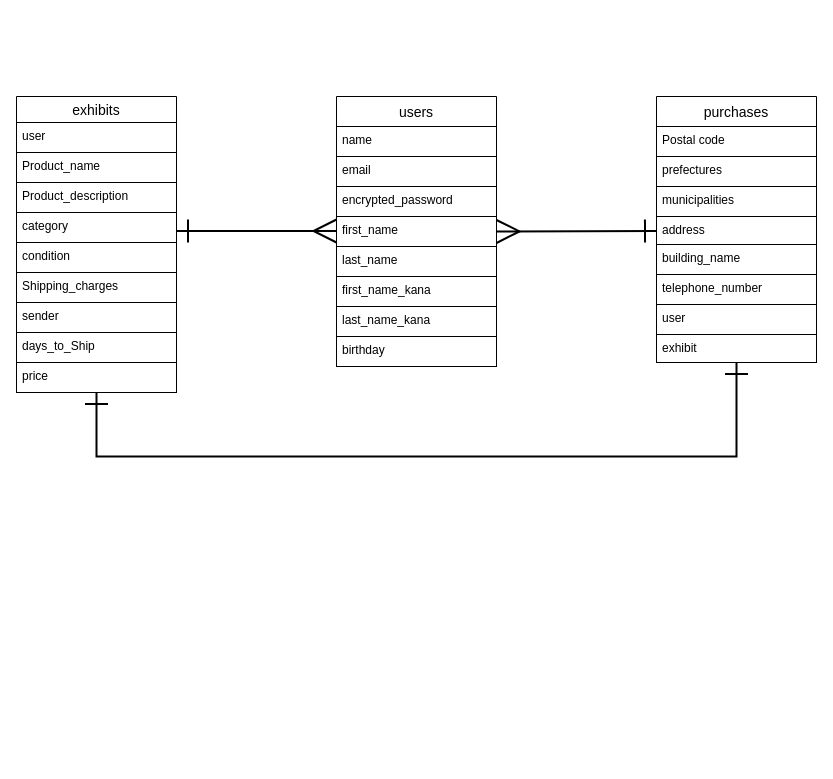
Earlier version of the draw.io diagram ER図.dio (shotatuchiya/furima-38811). Source tidied: cells renumbered, new cells numbered last; positions are measured from the earlier drawing's top-left corner, leaving out a move shared by most shapes. Both pictures are drawn from the tidied source at 100%, with x=0, y=0 at pixel (16, 96).
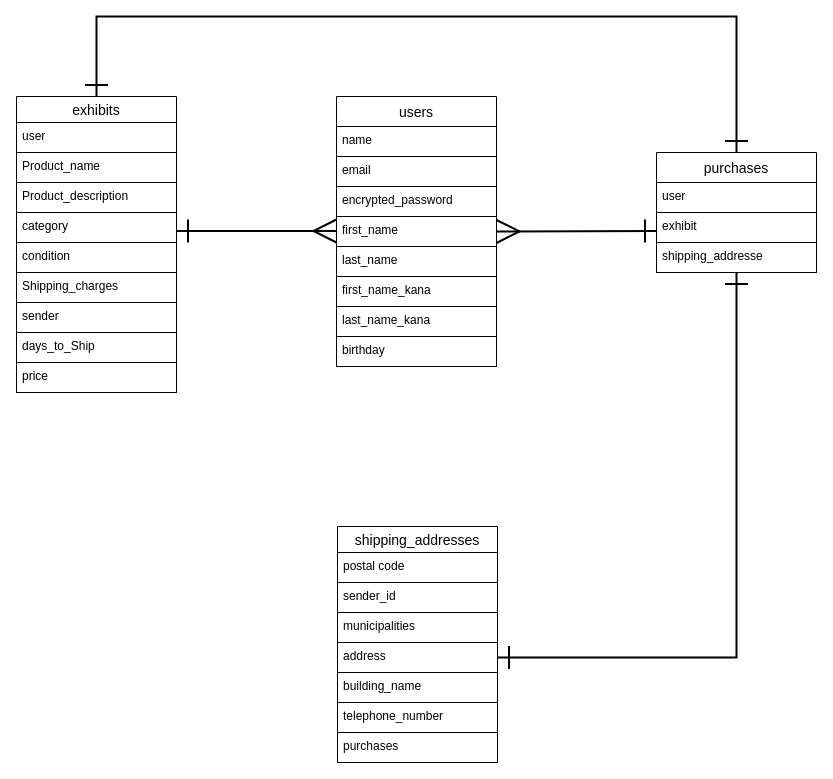
The same page after the edit.

Unchanged cells that the change refers to:
```xml
<mxCell id="6" value="exhibits" style="swimlane;fontStyle=0;horizontal=1;startSize=26;align=center;fontSize=14;" parent="1" vertex="1">
  <mxGeometry width="160" height="116" as="geometry" />
</mxCell>
<mxCell id="29" value="price" style="text;strokeColor=default;fillColor=none;spacingLeft=4;spacingRight=4;overflow=hidden;points=[[0,0.5],[1,0.5]];portConstraint=eastwest;fontSize=12;shadow=0;" parent="1" vertex="1">
  <mxGeometry y="266" width="160" height="30" as="geometry" />
</mxCell>
```

Change to the diagram source:
```diff
@@
     <mxCell id="10" value="purchases" style="swimlane;fontStyle=0;horizontal=1;startSize=30;align=center;fontSize=14;strokeWidth=1;perimeterSpacing=0;" parent="1" vertex="1">
-      <mxGeometry x="640" width="160" height="120" as="geometry" />
+      <mxGeometry x="640" y="56" width="160" height="120" as="geometry" />
     </mxCell>
-    <mxCell id="11" value="Postal code" style="text;strokeColor=default;fillColor=none;spacingLeft=4;spacingRight=4;overflow=hidden;fontSize=12;strokeWidth=1;perimeterSpacing=0;" parent="10" vertex="1">
+    <mxCell id="11" value="user" style="text;strokeColor=default;fillColor=none;spacingLeft=4;spacingRight=4;overflow=hidden;fontSize=12;strokeWidth=1;perimeterSpacing=0;" parent="10" vertex="1">
       <mxGeometry y="30" width="160" height="30" as="geometry" />
     </mxCell>
-    <mxCell id="12" value="prefectures" style="text;strokeColor=default;fillColor=none;spacingLeft=4;spacingRight=4;overflow=hidden;fontSize=12;strokeWidth=1;perimeterSpacing=0;" parent="10" vertex="1">
+    <mxCell id="12" value="exhibit" style="text;strokeColor=default;fillColor=none;spacingLeft=4;spacingRight=4;overflow=hidden;fontSize=12;strokeWidth=1;perimeterSpacing=0;" parent="10" vertex="1">
       <mxGeometry y="60" width="160" height="30" as="geometry" />
     </mxCell>
-    <mxCell id="13" value="municipalities" style="text;strokeColor=default;fillColor=none;spacingLeft=4;spacingRight=4;overflow=hidden;points=[[0,0.5],[1,0.5]];portConstraint=eastwest;fontSize=12;strokeWidth=1;perimeterSpacing=0;" parent="10" vertex="1">
+    <mxCell id="13" value="shipping_addresse" style="text;strokeColor=default;fillColor=none;spacingLeft=4;spacingRight=4;overflow=hidden;points=[[0,0.5],[1,0.5]];portConstraint=eastwest;fontSize=12;strokeWidth=1;perimeterSpacing=0;" parent="10" vertex="1">
       <mxGeometry y="90" width="160" height="30" as="geometry" />
     </mxCell>
@@
-    <mxCell id="19" value="address" style="text;strokeColor=default;fillColor=none;spacingLeft=4;spacingRight=4;overflow=hidden;points=[[0,0.5],[1,0.5]];portConstraint=eastwest;fontSize=12;shadow=0;strokeWidth=1;perimeterSpacing=0;" parent="1" vertex="1">
-      <mxGeometry x="640" y="120" width="160" height="28" as="geometry" />
-    </mxCell>
-    <mxCell id="20" value="building_name" style="text;strokeColor=default;fillColor=none;spacingLeft=4;spacingRight=4;overflow=hidden;fontSize=12;shadow=0;strokeWidth=1;perimeterSpacing=0;" parent="1" vertex="1">
-      <mxGeometry x="640" y="148" width="160" height="30" as="geometry" />
-    </mxCell>
-    <mxCell id="21" value="telephone_number" style="text;strokeColor=default;fillColor=none;spacingLeft=4;spacingRight=4;overflow=hidden;fontSize=12;shadow=0;strokeWidth=1;perimeterSpacing=0;" parent="1" vertex="1">
-      <mxGeometry x="640" y="178" width="160" height="30" as="geometry" />
-    </mxCell>
-    <mxCell id="22" value="user" style="text;strokeColor=default;fillColor=none;spacingLeft=4;spacingRight=4;overflow=hidden;fontSize=12;shadow=0;strokeWidth=1;perimeterSpacing=0;" parent="1" vertex="1">
-      <mxGeometry x="640" y="208" width="160" height="30" as="geometry" />
-    </mxCell>
-    <mxCell id="23" value="exhibit" style="text;strokeColor=default;fillColor=none;spacingLeft=4;spacingRight=4;overflow=hidden;points=[[0,0.5],[1,0.5]];portConstraint=eastwest;fontSize=12;shadow=0;strokeWidth=1;perimeterSpacing=0;" parent="1" vertex="1">
-      <mxGeometry x="640" y="238" width="160" height="28" as="geometry" />
-    </mxCell>
@@
-    <mxCell id="32" style="endArrow=ERone;html=1;rounded=0;startSize=20;endSize=20;targetPerimeterSpacing=0;strokeWidth=2;jumpSize=6;startArrow=ERone;startFill=0;endFill=0;" parent="1" edge="1" source="29" target="23">
+    <mxCell id="32" style="endArrow=ERone;html=1;rounded=0;startSize=20;endSize=20;targetPerimeterSpacing=0;strokeWidth=2;jumpSize=6;startArrow=ERone;startFill=0;endFill=0;entryX=0.5;entryY=0;entryDx=0;entryDy=0;exitX=0.5;exitY=0;exitDx=0;exitDy=0;" parent="1" edge="1" source="6" target="10">
       <mxGeometry relative="1" as="geometry">
         <Array as="points">
-          <mxPoint x="80" y="360" />
-          <mxPoint x="720" y="360" />
+          <mxPoint x="80" y="-80" />
+          <mxPoint x="390" y="-80" />
+          <mxPoint x="720" y="-80" />
         </Array>
       </mxGeometry>
     </mxCell>
+    <mxCell id="33" value="shipping_addresses" style="swimlane;fontStyle=0;horizontal=1;startSize=26;align=center;fontSize=14;" parent="1" vertex="1">
+      <mxGeometry x="321" y="430" width="160" height="116" as="geometry" />
+    </mxCell>
+    <mxCell id="34" value="postal code" style="text;strokeColor=default;fillColor=none;spacingLeft=4;spacingRight=4;overflow=hidden;fontSize=12;" parent="33" vertex="1">
+      <mxGeometry y="26" width="160" height="30" as="geometry" />
+    </mxCell>
+    <mxCell id="35" value="sender_id" style="text;strokeColor=default;fillColor=none;spacingLeft=4;spacingRight=4;overflow=hidden;fontSize=12;" parent="33" vertex="1">
+      <mxGeometry y="56" width="160" height="30" as="geometry" />
+    </mxCell>
+    <mxCell id="36" value="municipalities" style="text;strokeColor=none;fillColor=none;spacingLeft=4;spacingRight=4;overflow=hidden;fontSize=12;" parent="33" vertex="1">
+      <mxGeometry y="86" width="160" height="30" as="geometry" />
+    </mxCell>
+    <mxCell id="19" value="address" style="text;strokeColor=default;fillColor=none;spacingLeft=4;spacingRight=4;overflow=hidden;points=[[0,0.5],[1,0.5]];portConstraint=eastwest;fontSize=12;" parent="1" vertex="1">
+      <mxGeometry x="321" y="546" width="160" height="30" as="geometry" />
+    </mxCell>
+    <mxCell id="20" value="building_name" style="text;strokeColor=default;fillColor=none;spacingLeft=4;spacingRight=4;overflow=hidden;fontSize=12;" parent="1" vertex="1">
+      <mxGeometry x="321" y="576" width="160" height="30" as="geometry" />
+    </mxCell>
+    <mxCell id="21" value="telephone_number" style="text;strokeColor=default;fillColor=none;spacingLeft=4;spacingRight=4;overflow=hidden;fontSize=12;" parent="1" vertex="1">
+      <mxGeometry x="321" y="606" width="160" height="30" as="geometry" />
+    </mxCell>
+    <mxCell id="37" value="purchases" style="text;strokeColor=default;fillColor=none;spacingLeft=4;spacingRight=4;overflow=hidden;fontSize=12;" parent="1" vertex="1">
+      <mxGeometry x="321" y="636" width="160" height="30" as="geometry" />
+    </mxCell>
+    <mxCell id="38" style="endArrow=ERone;html=1;rounded=0;exitX=1;exitY=0.5;exitDx=0;exitDy=0;startArrow=ERone;startFill=0;endFill=0;endSize=20;startSize=20;strokeWidth=2;" parent="1" edge="1" source="19" target="13">
+      <mxGeometry relative="1" as="geometry">
+        <Array as="points">
+          <mxPoint x="720" y="561" />
+        </Array>
+      </mxGeometry>
+    </mxCell>
```
